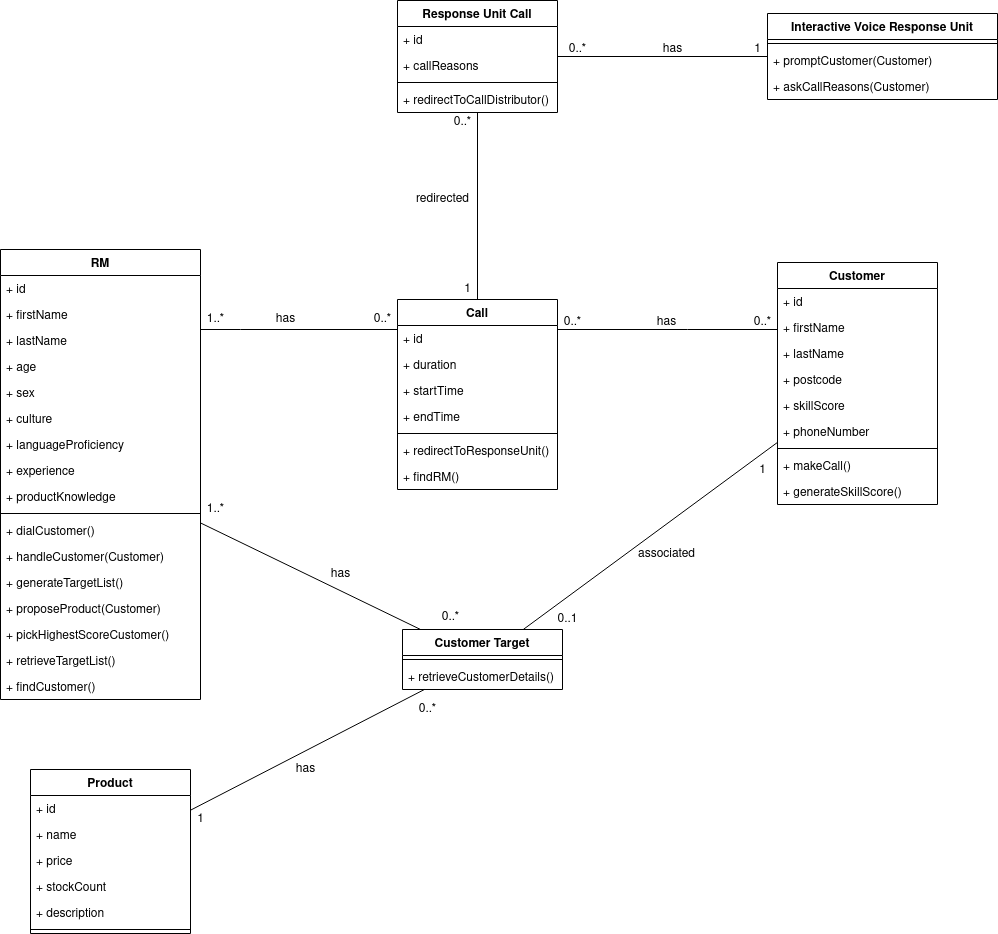
Earlier version of the draw.io export models/class_diagram.png (tonyhannaa/ISDMGroup2Israt). Source tidied: cells renumbered, new cells last; positions are measured from the earlier drawing's top-left corner, leaving out a move shared by most shapes.
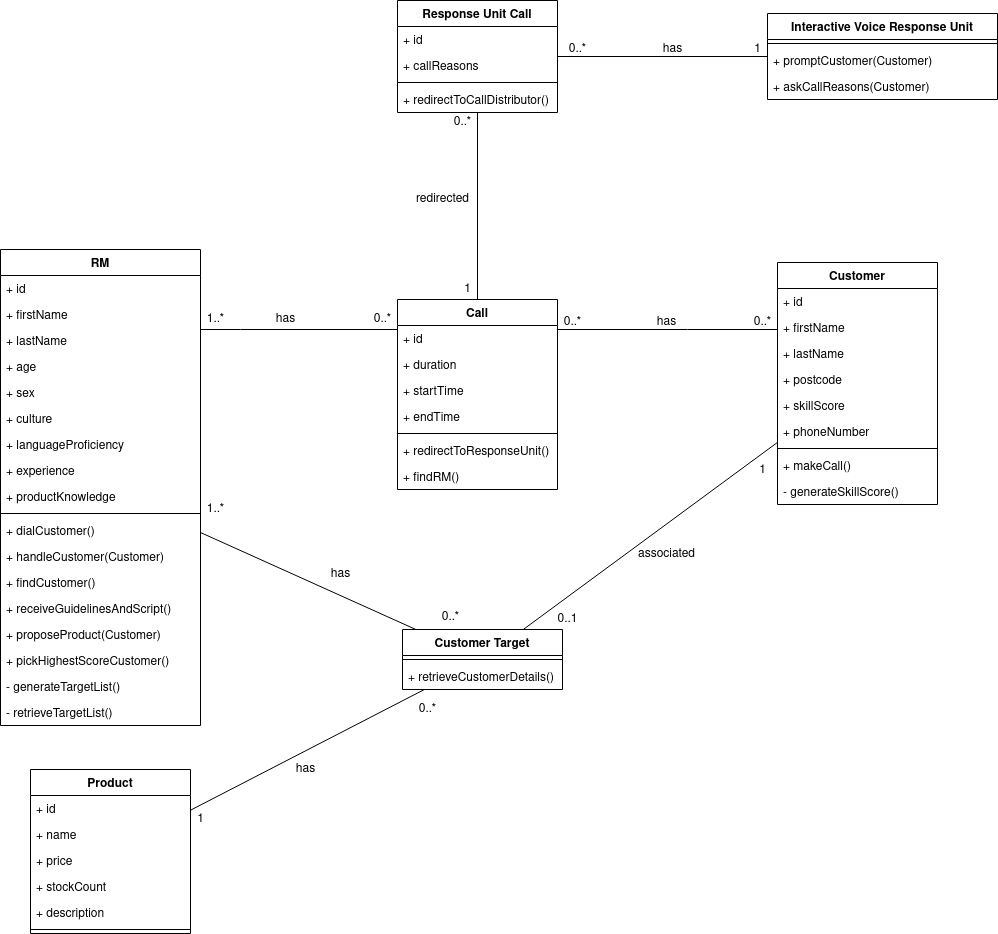
After the commit.

Commit message:
Improved class diagram with private fields

The edit, as a diff of the source:
```diff
@@ -14,7 +14,7 @@
       <mxGeometry relative="1" as="geometry" />
     </mxCell>
     <mxCell id="4" value="RM" style="swimlane;fontStyle=1;align=center;verticalAlign=top;horizontal=1;startSize=26;" parent="1" vertex="1">
-      <mxGeometry y="249" width="200" height="450" as="geometry" />
+      <mxGeometry y="249" width="200" height="476" as="geometry" />
     </mxCell>
     <mxCell id="5" value="+ id" style="text;strokeColor=none;fillColor=none;align=left;verticalAlign=top;spacingLeft=4;spacingRight=4;overflow=hidden;" parent="4" vertex="1">
       <mxGeometry y="26" width="200" height="26" as="geometry" />
@@ -52,21 +52,24 @@
     <mxCell id="16" value="+ handleCustomer(Customer)" style="text;strokeColor=none;fillColor=none;align=left;verticalAlign=top;spacingLeft=4;spacingRight=4;overflow=hidden;" parent="4" vertex="1">
       <mxGeometry y="294" width="200" height="26" as="geometry" />
     </mxCell>
-    <mxCell id="17" value="+ generateTargetList()" style="text;strokeColor=none;fillColor=none;align=left;verticalAlign=top;spacingLeft=4;spacingRight=4;overflow=hidden;" parent="4" vertex="1">
-      <mxGeometry y="320" width="200" height="26" as="geometry" />
-    </mxCell>
+    <mxCell id="21" value="+ findCustomer()" style="text;strokeColor=none;fillColor=none;align=left;verticalAlign=top;spacingLeft=4;spacingRight=4;overflow=hidden;" parent="4" vertex="1">
+      <mxGeometry y="320" width="200" height="26" as="geometry" />
+    </mxCell>
+    <mxCell id="85" value="+ receiveGuidelinesAndScript()" style="text;strokeColor=none;fillColor=none;align=left;verticalAlign=top;spacingLeft=4;spacingRight=4;overflow=hidden;" parent="4" vertex="1">
+      <mxGeometry y="346" width="200" height="26" as="geometry" />
+    </mxCell>
     <mxCell id="18" value="+ proposeProduct(Customer)" style="text;strokeColor=none;fillColor=none;align=left;verticalAlign=top;spacingLeft=4;spacingRight=4;overflow=hidden;" parent="4" vertex="1">
-      <mxGeometry y="346" width="200" height="26" as="geometry" />
+      <mxGeometry y="372" width="200" height="26" as="geometry" />
     </mxCell>
     <mxCell id="19" value="+ pickHighestScoreCustomer()" style="text;strokeColor=none;fillColor=none;align=left;verticalAlign=top;spacingLeft=4;spacingRight=4;overflow=hidden;" parent="4" vertex="1">
-      <mxGeometry y="372" width="200" height="26" as="geometry" />
+      <mxGeometry y="398" width="200" height="26" as="geometry" />
     </mxCell>
+    <mxCell id="17" value="- generateTargetList()" style="text;strokeColor=none;fillColor=none;align=left;verticalAlign=top;spacingLeft=4;spacingRight=4;overflow=hidden;" parent="4" vertex="1">
+      <mxGeometry y="424" width="200" height="26" as="geometry" />
+    </mxCell>
-    <mxCell id="20" value="+ retrieveTargetList()" style="text;strokeColor=none;fillColor=none;align=left;verticalAlign=top;spacingLeft=4;spacingRight=4;overflow=hidden;" parent="4" vertex="1">
-      <mxGeometry y="398" width="200" height="26" as="geometry" />
+    <mxCell id="20" value="- retrieveTargetList()" style="text;strokeColor=none;fillColor=none;align=left;verticalAlign=top;spacingLeft=4;spacingRight=4;overflow=hidden;" parent="4" vertex="1">
+      <mxGeometry y="450" width="200" height="26" as="geometry" />
     </mxCell>
-    <mxCell id="21" value="+ findCustomer()" style="text;strokeColor=none;fillColor=none;align=left;verticalAlign=top;spacingLeft=4;spacingRight=4;overflow=hidden;" parent="4" vertex="1">
-      <mxGeometry y="424" width="200" height="26" as="geometry" />
-    </mxCell>
     <mxCell id="22" style="edgeStyle=orthogonalEdgeStyle;rounded=0;jettySize=auto;html=1;endArrow=none;endFill=0;" parent="1" edge="1" source="63" target="48">
       <mxGeometry relative="1" as="geometry">
         <Array as="points">
@@ -222,7 +225,7 @@
     <mxCell id="71" value="+ makeCall()" style="text;strokeColor=none;fillColor=none;align=left;verticalAlign=top;spacingLeft=4;spacingRight=4;overflow=hidden;" parent="63" vertex="1">
       <mxGeometry y="190" width="160" height="26" as="geometry" />
     </mxCell>
-    <mxCell id="72" value="+ generateSkillScore()" style="text;strokeColor=none;fillColor=none;align=left;verticalAlign=top;spacingLeft=4;spacingRight=4;overflow=hidden;" parent="63" vertex="1">
+    <mxCell id="72" value="- generateSkillScore()" style="text;strokeColor=none;fillColor=none;align=left;verticalAlign=top;spacingLeft=4;spacingRight=4;overflow=hidden;" parent="63" vertex="1">
       <mxGeometry y="216" width="160" height="26" as="geometry" />
     </mxCell>
     <mxCell id="73" value="Product" style="swimlane;fontStyle=1;align=center;verticalAlign=top;horizontal=1;startSize=26;" parent="1" vertex="1">
```
